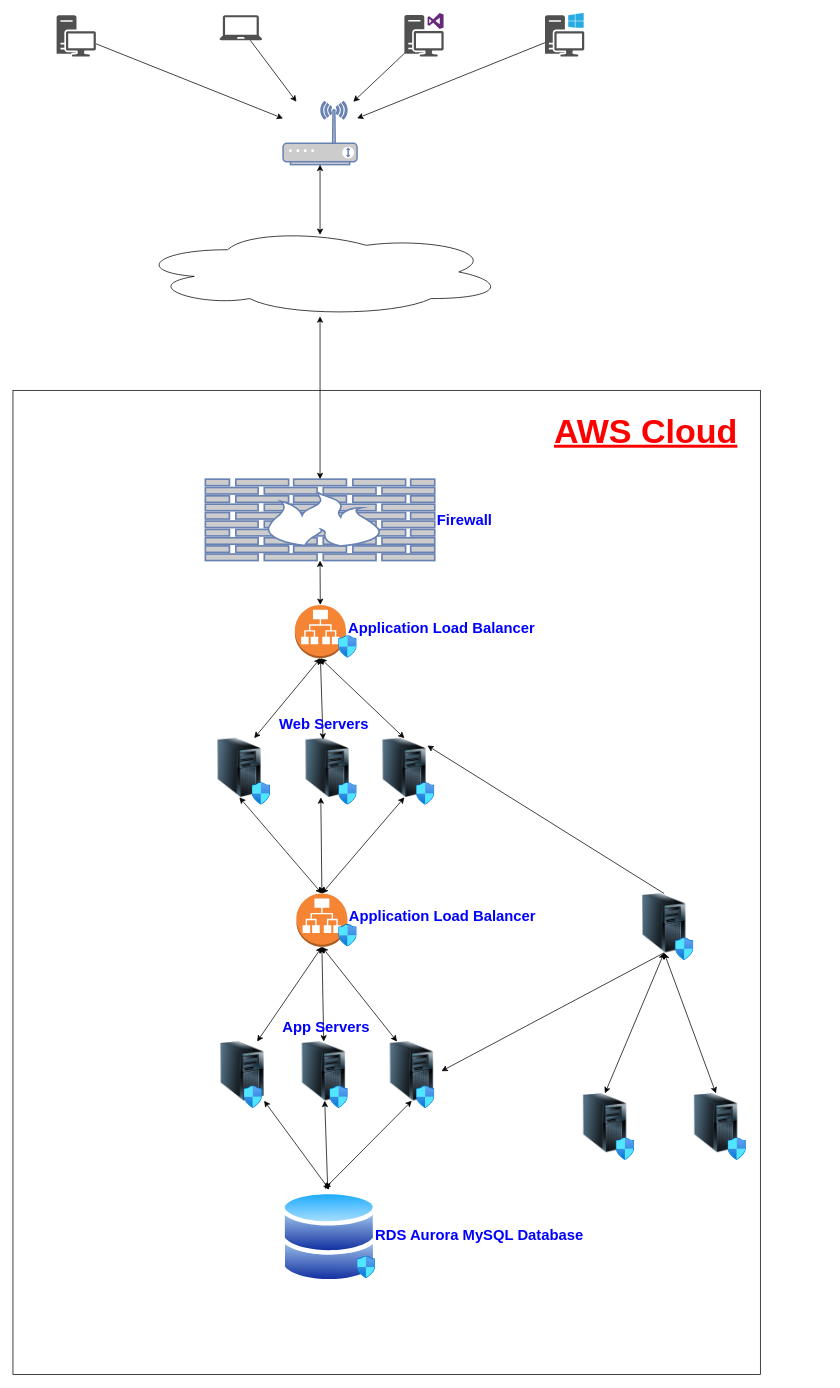
The draw.io diagram Untitled Diagram.drawio in poojamoulika06/diagrams, before the edit. Source tidied: cells renumbered, new cells numbered last; positions are measured from the earlier drawing's top-left corner, leaving out a move shared by most shapes. Both pictures are drawn from the tidied source at 74%, with x=0, y=0 at pixel (13, 13).
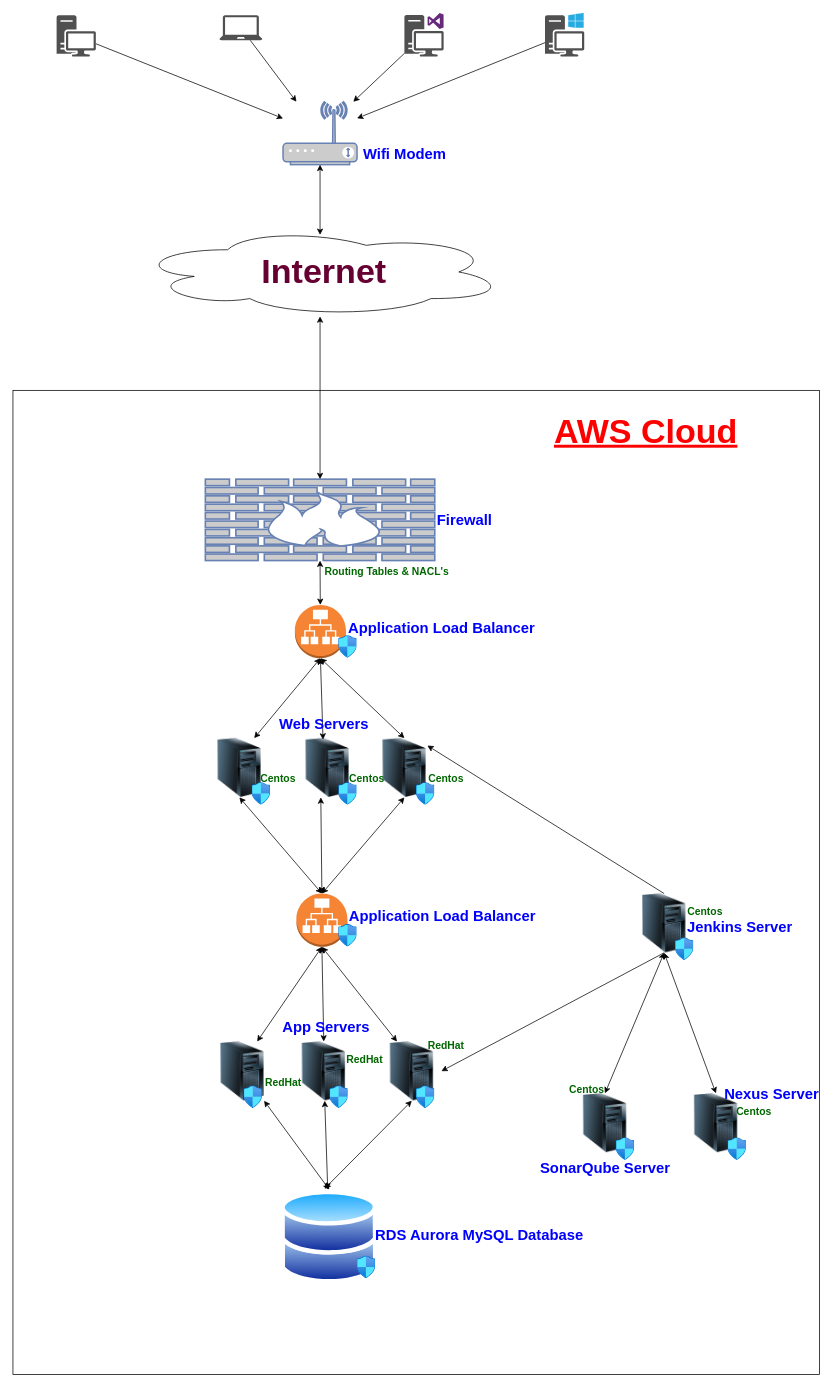
Above is the later version.

What changed in the source:
```diff
@@
     <mxCell id="13" style="rounded=0;whiteSpace=wrap;html=1;" parent="1" vertex="1">
-      <mxGeometry y="510" width="1010" height="1330" as="geometry" />
+      <mxGeometry y="510" width="1090" height="1330" as="geometry" />
     </mxCell>
@@
+    <mxCell id="64" value="&lt;b&gt;&lt;font color=&quot;#0000ff&quot; style=&quot;font-size: 20px;&quot;&gt;Jenkins Server&lt;br&gt;&lt;/font&gt;&lt;/b&gt;" style="text;html=1;align=center;verticalAlign=middle;strokeColor=none;fillColor=none;" parent="1" vertex="1">
+      <mxGeometry x="897" y="1214" width="170" height="40" as="geometry" />
+    </mxCell>
+    <mxCell id="65" value="&lt;b&gt;&lt;font color=&quot;#0000ff&quot; style=&quot;font-size: 20px;&quot;&gt;SonarQube Server&lt;br&gt;&lt;/font&gt;&lt;/b&gt;" style="text;html=1;align=center;verticalAlign=middle;strokeColor=none;fillColor=none;" parent="1" vertex="1">
+      <mxGeometry x="700" y="1540" width="200" height="40" as="geometry" />
+    </mxCell>
+    <mxCell id="66" value="&lt;b&gt;&lt;font color=&quot;#0000ff&quot; style=&quot;font-size: 20px;&quot;&gt;Nexus Server&lt;br&gt;&lt;/font&gt;&lt;/b&gt;" style="text;html=1;align=center;verticalAlign=middle;strokeColor=none;fillColor=none;" parent="1" vertex="1">
+      <mxGeometry x="950" y="1440.4" width="150" height="40" as="geometry" />
+    </mxCell>
+    <mxCell id="67" value="&lt;b&gt;&lt;font color=&quot;#006600&quot; style=&quot;font-size: 14px;&quot;&gt;Centos&lt;/font&gt;&lt;br&gt;&lt;/b&gt;" style="text;html=1;align=center;verticalAlign=middle;strokeColor=none;fillColor=none;" parent="1" vertex="1">
+      <mxGeometry x="740" y="1440" width="70" height="30" as="geometry" />
+    </mxCell>
+    <mxCell id="68" value="&lt;b&gt;&lt;font color=&quot;#006600&quot; style=&quot;font-size: 14px;&quot;&gt;Centos&lt;/font&gt;&lt;br&gt;&lt;/b&gt;" style="text;html=1;align=center;verticalAlign=middle;strokeColor=none;fillColor=none;" parent="1" vertex="1">
+      <mxGeometry x="966" y="1470" width="70" height="30" as="geometry" />
+    </mxCell>
+    <mxCell id="69" value="&lt;b&gt;&lt;font color=&quot;#006600&quot; style=&quot;font-size: 14px;&quot;&gt;Centos&lt;/font&gt;&lt;br&gt;&lt;/b&gt;" style="text;html=1;align=center;verticalAlign=middle;strokeColor=none;fillColor=none;" parent="1" vertex="1">
+      <mxGeometry x="900" y="1200" width="70" height="30" as="geometry" />
+    </mxCell>
+    <mxCell id="70" value="&lt;b&gt;&lt;font color=&quot;#006600&quot; style=&quot;font-size: 14px;&quot;&gt;RedHat&lt;/font&gt;&lt;br&gt;&lt;/b&gt;" style="text;html=1;align=center;verticalAlign=middle;strokeColor=none;fillColor=none;" parent="1" vertex="1">
+      <mxGeometry x="550" y="1380" width="70" height="30" as="geometry" />
+    </mxCell>
+    <mxCell id="71" value="&lt;b&gt;&lt;font color=&quot;#006600&quot; style=&quot;font-size: 14px;&quot;&gt;RedHat&lt;/font&gt;&lt;br&gt;&lt;/b&gt;" style="text;html=1;align=center;verticalAlign=middle;strokeColor=none;fillColor=none;" parent="1" vertex="1">
+      <mxGeometry x="440" y="1400" width="70" height="30" as="geometry" />
+    </mxCell>
+    <mxCell id="72" value="&lt;b&gt;&lt;font color=&quot;#006600&quot; style=&quot;font-size: 14px;&quot;&gt;RedHat&lt;/font&gt;&lt;br&gt;&lt;/b&gt;" style="text;html=1;align=center;verticalAlign=middle;strokeColor=none;fillColor=none;" parent="1" vertex="1">
+      <mxGeometry x="330" y="1430" width="70" height="30" as="geometry" />
+    </mxCell>
+    <mxCell id="73" value="&lt;b&gt;&lt;font color=&quot;#006600&quot; style=&quot;font-size: 14px;&quot;&gt;Centos&lt;/font&gt;&lt;br&gt;&lt;/b&gt;" style="text;html=1;align=center;verticalAlign=middle;strokeColor=none;fillColor=none;" parent="1" vertex="1">
+      <mxGeometry x="550" y="1020" width="70" height="30" as="geometry" />
+    </mxCell>
+    <mxCell id="74" value="&lt;b&gt;&lt;font color=&quot;#006600&quot; style=&quot;font-size: 14px;&quot;&gt;Centos&lt;/font&gt;&lt;br&gt;&lt;/b&gt;" style="text;html=1;align=center;verticalAlign=middle;strokeColor=none;fillColor=none;" parent="1" vertex="1">
+      <mxGeometry x="442.5" y="1020" width="70" height="30" as="geometry" />
+    </mxCell>
+    <mxCell id="75" value="&lt;b&gt;&lt;font color=&quot;#006600&quot; style=&quot;font-size: 14px;&quot;&gt;Centos&lt;/font&gt;&lt;br&gt;&lt;/b&gt;" style="text;html=1;align=center;verticalAlign=middle;strokeColor=none;fillColor=none;" parent="1" vertex="1">
+      <mxGeometry x="323" y="1020" width="70" height="30" as="geometry" />
+    </mxCell>
+    <mxCell id="76" value="&lt;b&gt;&lt;font color=&quot;#006600&quot; style=&quot;font-size: 14px;&quot;&gt;Routing Tables &amp;amp; NACL's&lt;/font&gt;&lt;br&gt;&lt;/b&gt;" style="text;html=1;align=center;verticalAlign=middle;strokeColor=none;fillColor=none;" parent="1" vertex="1">
+      <mxGeometry x="410" y="740" width="190" height="30" as="geometry" />
+    </mxCell>
+    <mxCell id="77" value="&lt;b&gt;&lt;font color=&quot;#660033&quot; style=&quot;font-size: 46px;&quot;&gt;Internet&lt;/font&gt;&lt;/b&gt;" style="text;html=1;align=center;verticalAlign=middle;strokeColor=none;fillColor=none;" parent="1" vertex="1">
+      <mxGeometry x="325" y="315" width="190" height="70" as="geometry" />
+    </mxCell>
+    <mxCell id="78" value="&lt;b&gt;&lt;font color=&quot;#0000ff&quot; style=&quot;font-size: 20px;&quot;&gt;Wifi Modem&lt;/font&gt;&lt;/b&gt;" style="text;html=1;align=center;verticalAlign=middle;strokeColor=none;fillColor=none;" parent="1" vertex="1">
+      <mxGeometry x="459" y="170" width="140" height="40" as="geometry" />
+    </mxCell>
```
